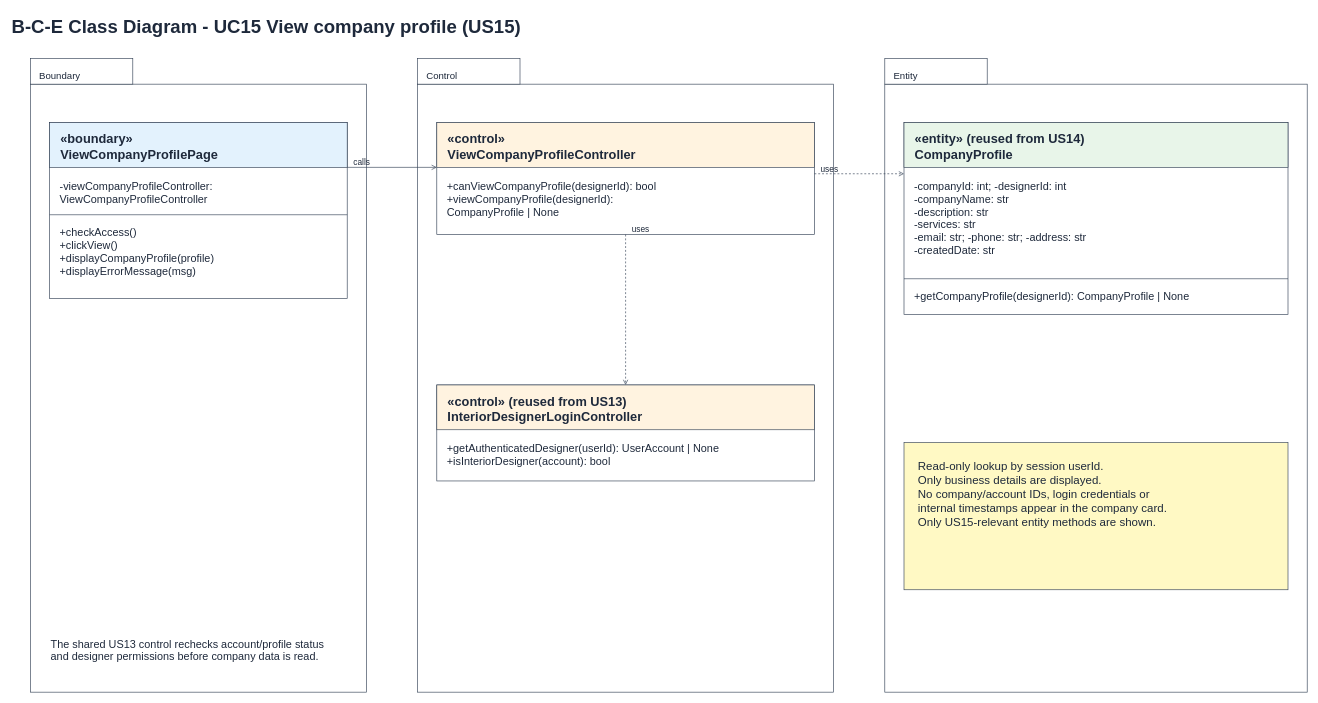
This is page "5 BCE Class Diagram" (6 of 7) of Sprint_2/US15 - View Company Profile/US15 View company profile.drawio from Hanzxc/CSIT314-ARCHSS, a draw.io file, before an edit. Source tidied: cells renumbered, new cells numbered last; positions are measured from the earlier drawing's top-left corner, leaving out a move shared by most shapes. Both pictures are drawn from the tidied source at 64%, with x=0, y=0 at pixel (10, 10).
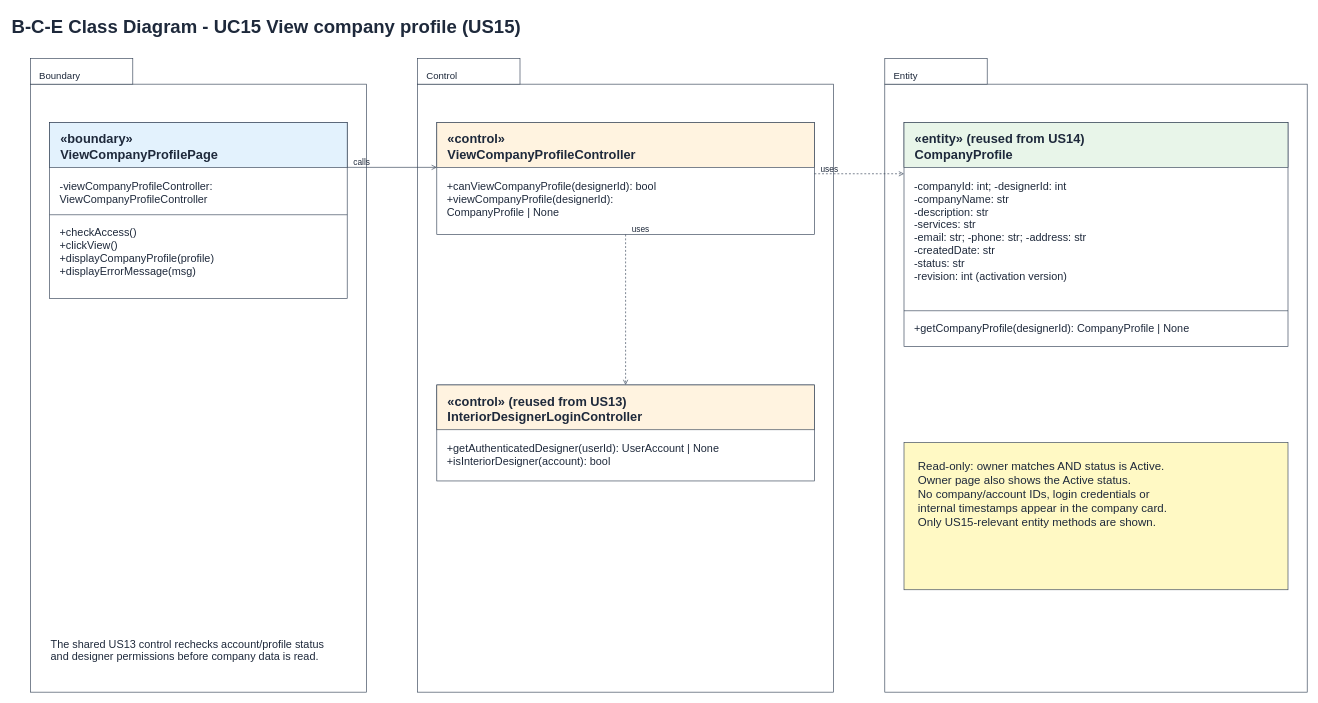
The same page after the edit.

The edit, as a diff of the source:
```diff
@@
     <mxCell id="26" style="rounded=0;whiteSpace=wrap;fillColor=#ffffff;strokeColor=#334155;" parent="1" vertex="1">
-      <mxGeometry x="1396" y="175" width="600" height="300" as="geometry" />
+      <mxGeometry x="1396" y="175" width="600" height="350" as="geometry" />
     </mxCell>
@@
-    <mxCell id="29" value="-companyId: int; -designerId: int&#10;-companyName: str&#10;-description: str&#10;-services: str&#10;-email: str; -phone: str; -address: str&#10;-createdDate: str" style="text;html=0;align=left;verticalAlign=top;fontSize=17;fontStyle=0;fontColor=#1e293b;" parent="1" vertex="1">
-      <mxGeometry x="1410" y="258" width="572" height="144" as="geometry" />
+    <mxCell id="29" value="-companyId: int; -designerId: int&#10;-companyName: str&#10;-description: str&#10;-services: str&#10;-email: str; -phone: str; -address: str&#10;-createdDate: str&#10;-status: str&#10;-revision: int (activation version)" style="text;html=0;align=left;verticalAlign=top;fontSize=17;fontStyle=0;fontColor=#1e293b;" parent="1" vertex="1">
+      <mxGeometry x="1410" y="258" width="572" height="192" as="geometry" />
     </mxCell>
     <mxCell id="30" style="endArrow=none;html=0;dashed=0;strokeColor=#334155;" parent="1" edge="1">
       <mxGeometry relative="1" as="geometry">
-        <mxPoint x="1396" y="419" as="sourcePoint" />
-        <mxPoint x="1996" y="419" as="targetPoint" />
+        <mxPoint x="1396" y="469" as="sourcePoint" />
+        <mxPoint x="1996" y="469" as="targetPoint" />
       </mxGeometry>
     </mxCell>
     <mxCell id="31" value="+getCompanyProfile(designerId): CompanyProfile | None" style="text;html=0;align=left;verticalAlign=top;fontSize=17;fontStyle=0;fontColor=#1e293b;" parent="1" vertex="1">
-      <mxGeometry x="1410" y="430" width="572" height="24" as="geometry" />
+      <mxGeometry x="1410" y="480" width="572" height="24" as="geometry" />
     </mxCell>
@@
-    <mxCell id="39" value="Read-only lookup by session userId.&#10;Only business details are displayed.&#10;No company/account IDs, login credentials or&#10;internal timestamps appear in the company card.&#10;Only US15-relevant entity methods are shown." style="text;html=0;align=left;verticalAlign=top;fontSize=18;fontStyle=0;fontColor=#1e293b;" parent="1" vertex="1">
+    <mxCell id="39" value="Read-only: owner matches AND status is Active.&#10;Owner page also shows the Active status.&#10;No company/account IDs, login credentials or&#10;internal timestamps appear in the company card.&#10;Only US15-relevant entity methods are shown." style="text;html=0;align=left;verticalAlign=top;fontSize=18;fontStyle=0;fontColor=#1e293b;" parent="1" vertex="1">
       <mxGeometry x="1416" y="694" width="560" height="125" as="geometry" />
     </mxCell>
```
